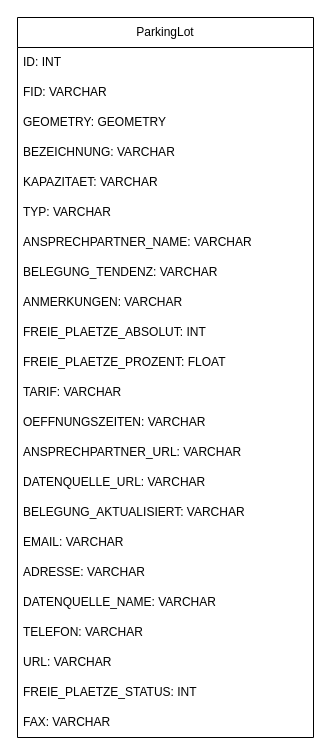
This is diagrams/database-relationship.drawio from Wuts0n/trafficon-application-exercise, a draw.io file, before an edit. Source tidied: cells renumbered, new cells numbered last; positions are measured from the earlier drawing's top-left corner, leaving out a move shared by most shapes. Both pictures are drawn from the tidied source at 100%, with x=0, y=0 at pixel (17, 17).
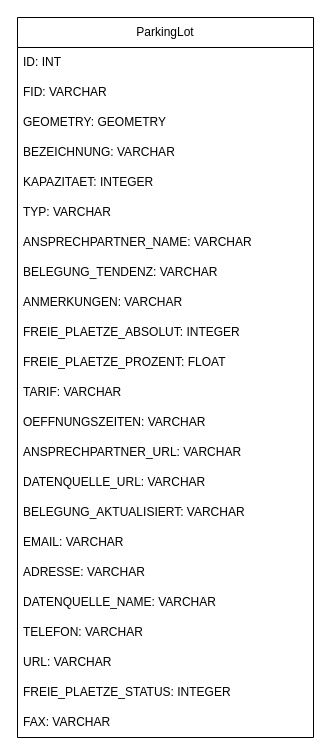
Above is the later version.

Commit message:
change Kapazitaet to Integer

The change refers to these unchanged cells:
```xml
<mxCell id="2" value="ParkingLot" style="swimlane;fontStyle=0;horizontal=1;startSize=30;whiteSpace=wrap;html=1;" parent="1" vertex="1">
  <mxGeometry width="296" height="720" as="geometry" />
</mxCell>
```

The edit, as a diff of the source:
```diff
@@
-    <mxCell id="7" value="KAPAZITAET: VARCHAR" style="text;strokeColor=none;fillColor=none;align=left;verticalAlign=middle;spacingLeft=4;spacingRight=4;overflow=hidden;whiteSpace=wrap;html=1;" parent="2" vertex="1">
+    <mxCell id="7" value="KAPAZITAET: INTEGER" style="text;strokeColor=none;fillColor=none;align=left;verticalAlign=middle;spacingLeft=4;spacingRight=4;overflow=hidden;whiteSpace=wrap;html=1;" parent="2" vertex="1">
       <mxGeometry y="150" width="296" height="30" as="geometry" />
     </mxCell>
@@
-    <mxCell id="12" value="FREIE_PLAETZE_ABSOLUT: INT" style="text;strokeColor=none;fillColor=none;align=left;verticalAlign=middle;spacingLeft=4;spacingRight=4;overflow=hidden;whiteSpace=wrap;html=1;" parent="2" vertex="1">
+    <mxCell id="12" value="FREIE_PLAETZE_ABSOLUT: INTEGER" style="text;strokeColor=none;fillColor=none;align=left;verticalAlign=middle;spacingLeft=4;spacingRight=4;overflow=hidden;whiteSpace=wrap;html=1;" parent="2" vertex="1">
       <mxGeometry y="300" width="296" height="30" as="geometry" />
     </mxCell>
@@
-    <mxCell id="24" value="FREIE_PLAETZE_STATUS: INT" style="text;strokeColor=none;fillColor=none;align=left;verticalAlign=middle;spacingLeft=4;spacingRight=4;overflow=hidden;whiteSpace=wrap;html=1;" parent="2" vertex="1">
+    <mxCell id="24" value="FREIE_PLAETZE_STATUS: INTEGER" style="text;strokeColor=none;fillColor=none;align=left;verticalAlign=middle;spacingLeft=4;spacingRight=4;overflow=hidden;whiteSpace=wrap;html=1;" parent="2" vertex="1">
       <mxGeometry y="660" width="296" height="30" as="geometry" />
     </mxCell>
```
